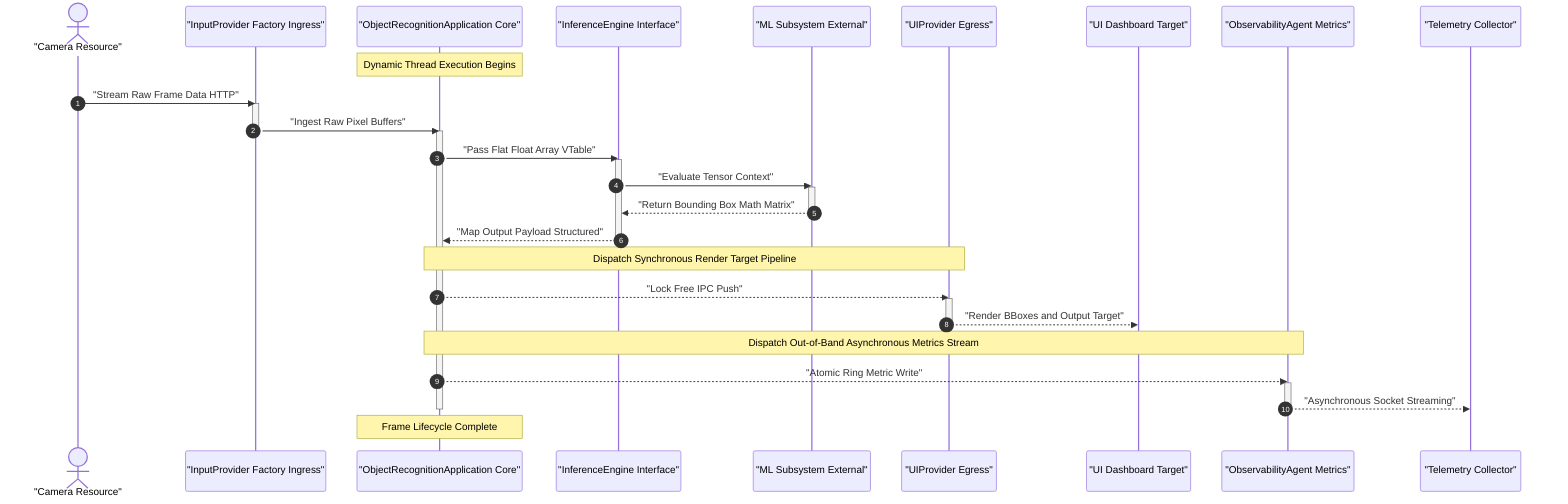
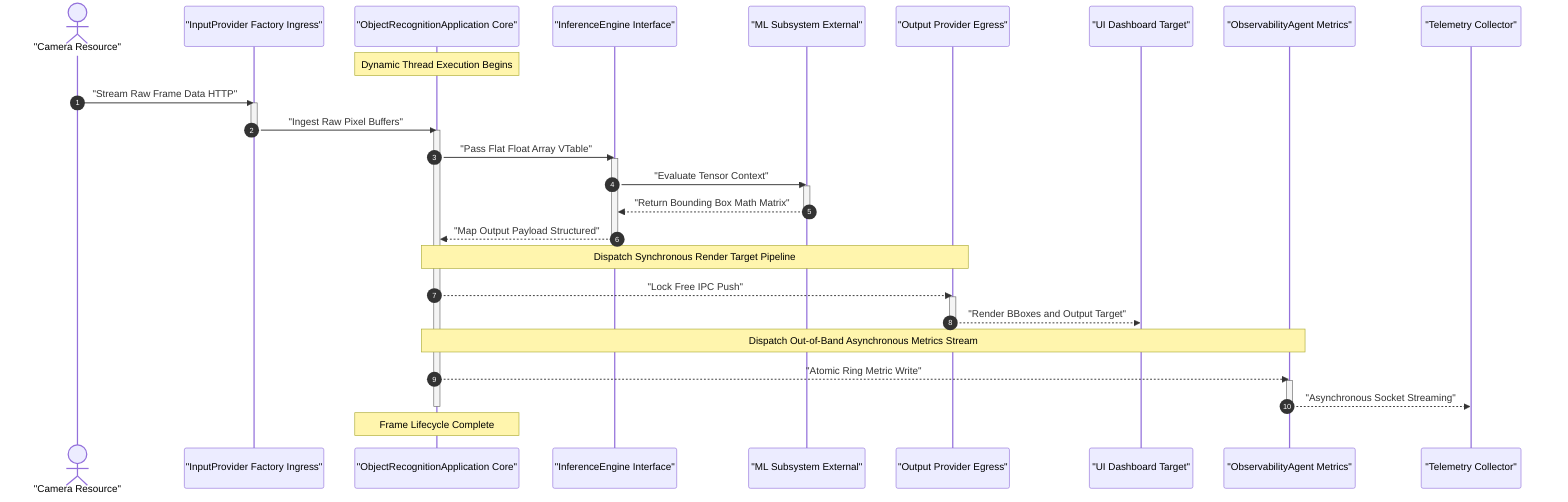
sequenceDiagram
    autonumber
    actor Cam as "Camera Resource"
    participant Ingress as "InputProvider Factory Ingress"
    participant Core as "ObjectRecognitionApplication Core"
    participant Engine as "InferenceEngine Interface"
    participant ML as "ML Subsystem External"
-     participant Egress as "UIProvider Egress"
+     participant Egress as "Output Provider Egress"
    participant UI as "UI Dashboard Target"
    participant Obs as "ObservabilityAgent Metrics"
    participant Tel as "Telemetry Collector"

    note over Core: Dynamic Thread Execution Begins

    %% Phase 1: Ingress / Ingest
    Cam->>Ingress: "Stream Raw Frame Data HTTP"
    activate Ingress
    Ingress->>Core: "Ingest Raw Pixel Buffers"
    deactivate Ingress
    activate Core

    %% Phase 2: Polymorphic Math Processing
    Core->>Engine: "Pass Flat Float Array VTable"
    activate Engine
    Engine->>ML: "Evaluate Tensor Context"
    activate ML
    ML-->>Engine: "Return Bounding Box Math Matrix"
    deactivate ML
    Engine-->>Core: "Map Output Payload Structured"
    deactivate Engine

    %% Phase 3: Orderly Egress Pipeline Dispatch
    note over Core, Egress: Dispatch Synchronous Render Target Pipeline
    Core-->>Egress: "Lock Free IPC Push"
    activate Egress
    Egress-->>UI: "Render BBoxes and Output Target"
    deactivate Egress

    note over Core, Obs: Dispatch Out-of-Band Asynchronous Metrics Stream
    Core-->>Obs: "Atomic Ring Metric Write"
    activate Obs
    Obs-->>Tel: "Asynchronous Socket Streaming"
    deactivate Obs

    deactivate Core
    note over Core: Frame Lifecycle Complete
